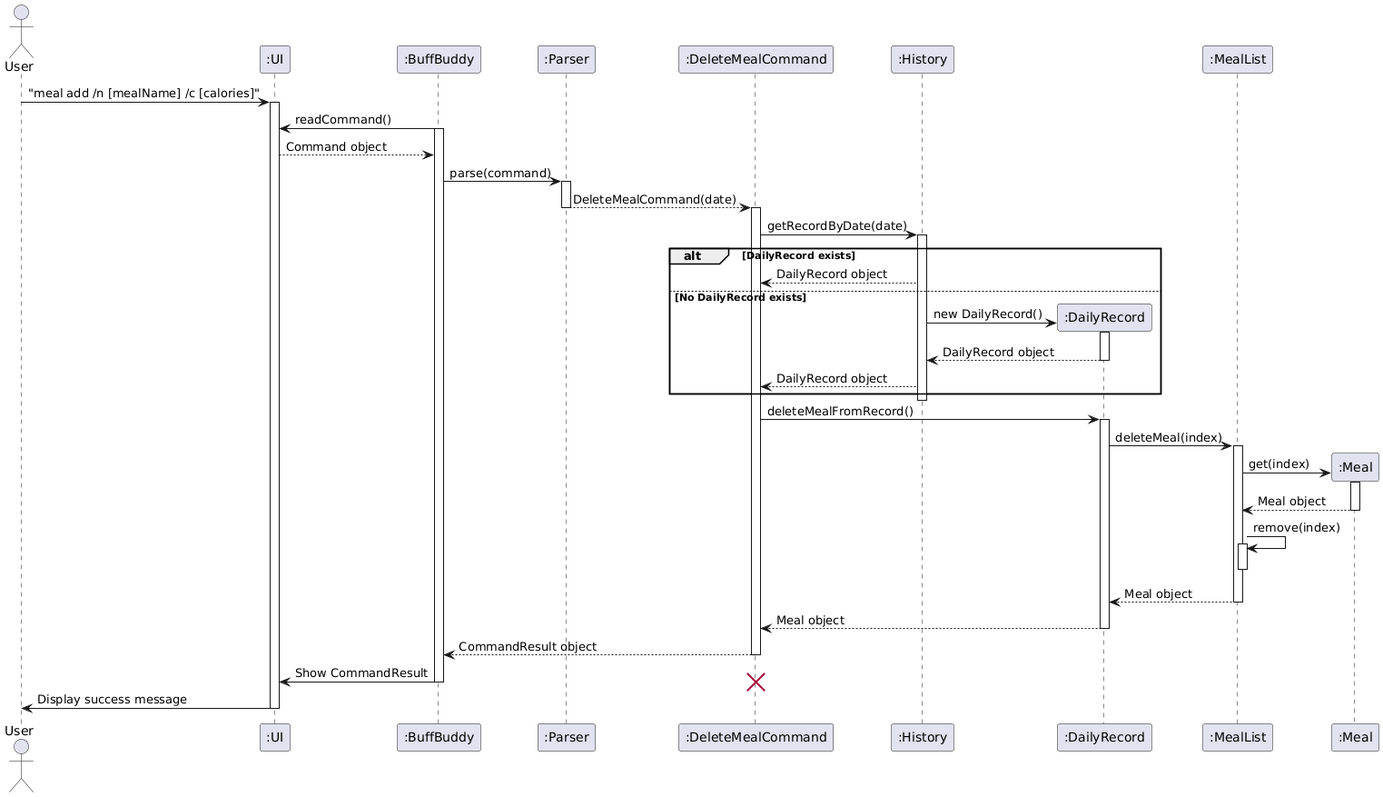
This is docs/images/deleteMealSequenceDiagram.png from nus-cs2113-AY2425S1/tp, a PlantUML export, as it was before one commit.
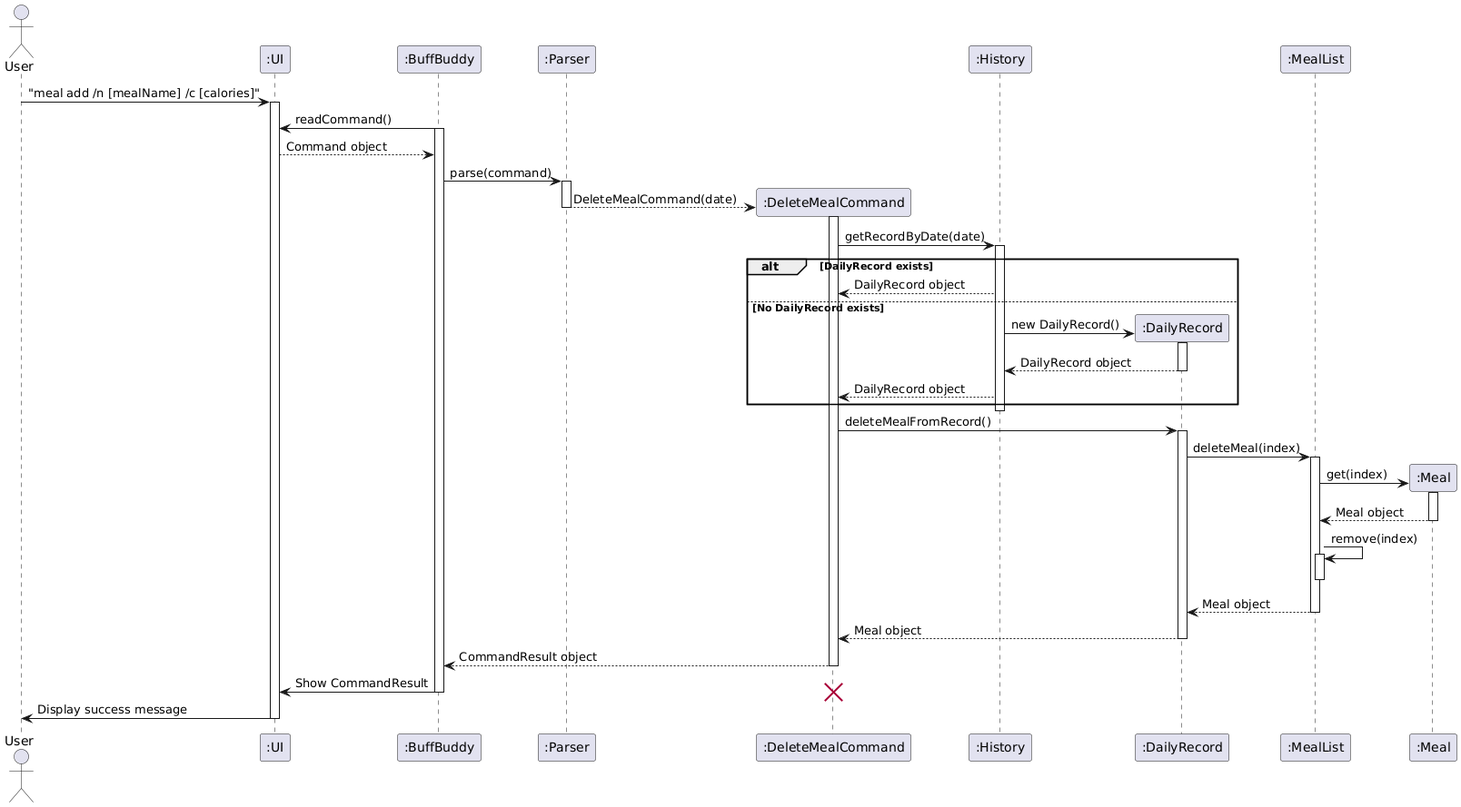
Later version of the same file.

Commit message:
Edited Meal sequence diagrams AGAIN

Diff of the diagram source:
```diff
@@ -17,6 +17,7 @@
 BB -> Parser: parse(command)
 activate Parser
 
+create DeleteCmd
 Parser --> DeleteCmd: DeleteMealCommand(date)
 deactivate Parser
 activate DeleteCmd
```
